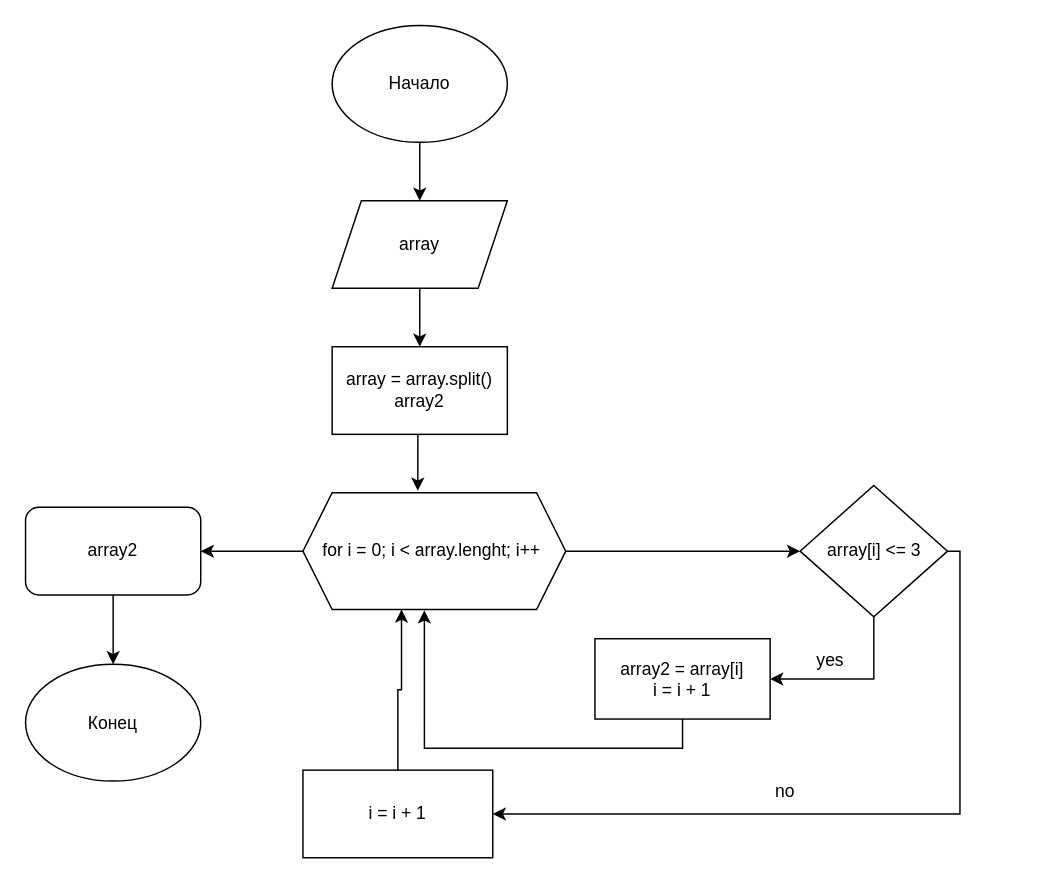
The draw.io diagram task_diagramm.drawio in madnov/GB_test, before the edit. Source tidied: cells renumbered, new cells numbered last; positions are measured from the earlier drawing's top-left corner, leaving out a move shared by most shapes. Both pictures are drawn from the tidied source at 146%, with x=0, y=0 at pixel (25, 25).
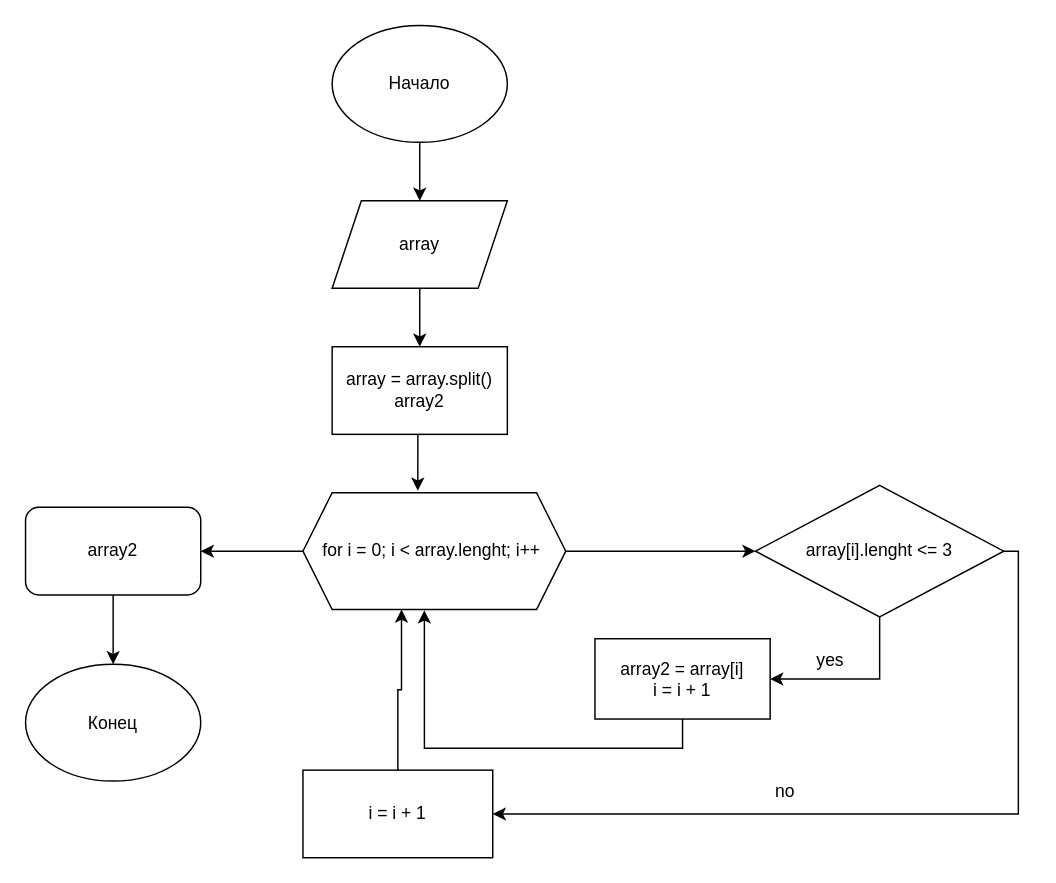
Above is the later version.

Unchanged cells that the change refers to:
```xml
<mxCell id="17" value="i = i + 1" style="rounded=0;whiteSpace=wrap;html=1;" parent="1" vertex="1">
  <mxGeometry x="190" y="510" width="130" height="60" as="geometry" />
</mxCell>
```

The edit, as a diff of the source:
```diff
@@
     <mxCell id="11" style="edgeStyle=orthogonalEdgeStyle;rounded=0;jettySize=auto;html=1;exitX=1;exitY=0.5;exitDx=0;exitDy=0;entryX=1;entryY=0.5;entryDx=0;entryDy=0;" parent="1" edge="1" source="13" target="17">
       <mxGeometry relative="1" as="geometry">
         <Array as="points">
-          <mxPoint x="640" y="360" />
-          <mxPoint x="640" y="540" />
+          <mxPoint x="680" y="360" />
+          <mxPoint x="680" y="540" />
         </Array>
       </mxGeometry>
     </mxCell>
@@
-    <mxCell id="13" value="array[i] &amp;lt;= 3" style="rhombus;whiteSpace=wrap;html=1;" parent="1" vertex="1">
-      <mxGeometry x="530.5" y="315" width="101" height="90" as="geometry" />
+    <mxCell id="13" value="array[i].lenght &amp;lt;= 3" style="rhombus;whiteSpace=wrap;html=1;" parent="1" vertex="1">
+      <mxGeometry x="500" y="315" width="170" height="90" as="geometry" />
     </mxCell>
```
